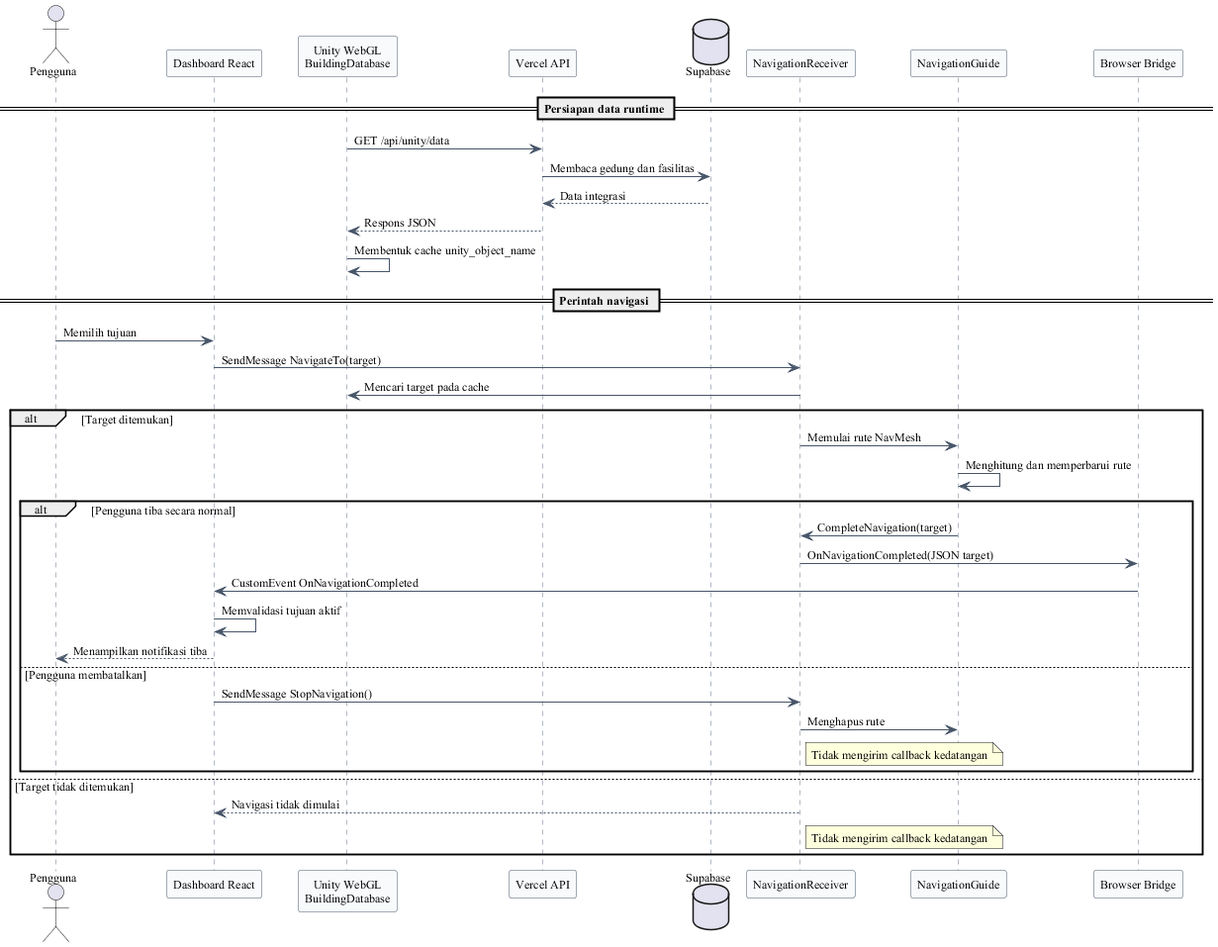
This is diagrams/gambar-2.16-sequence-sinkronisasi-data-unity.png from Jokskuyy/workflow-ta-proyek, a PlantUML export, as it was before one commit.
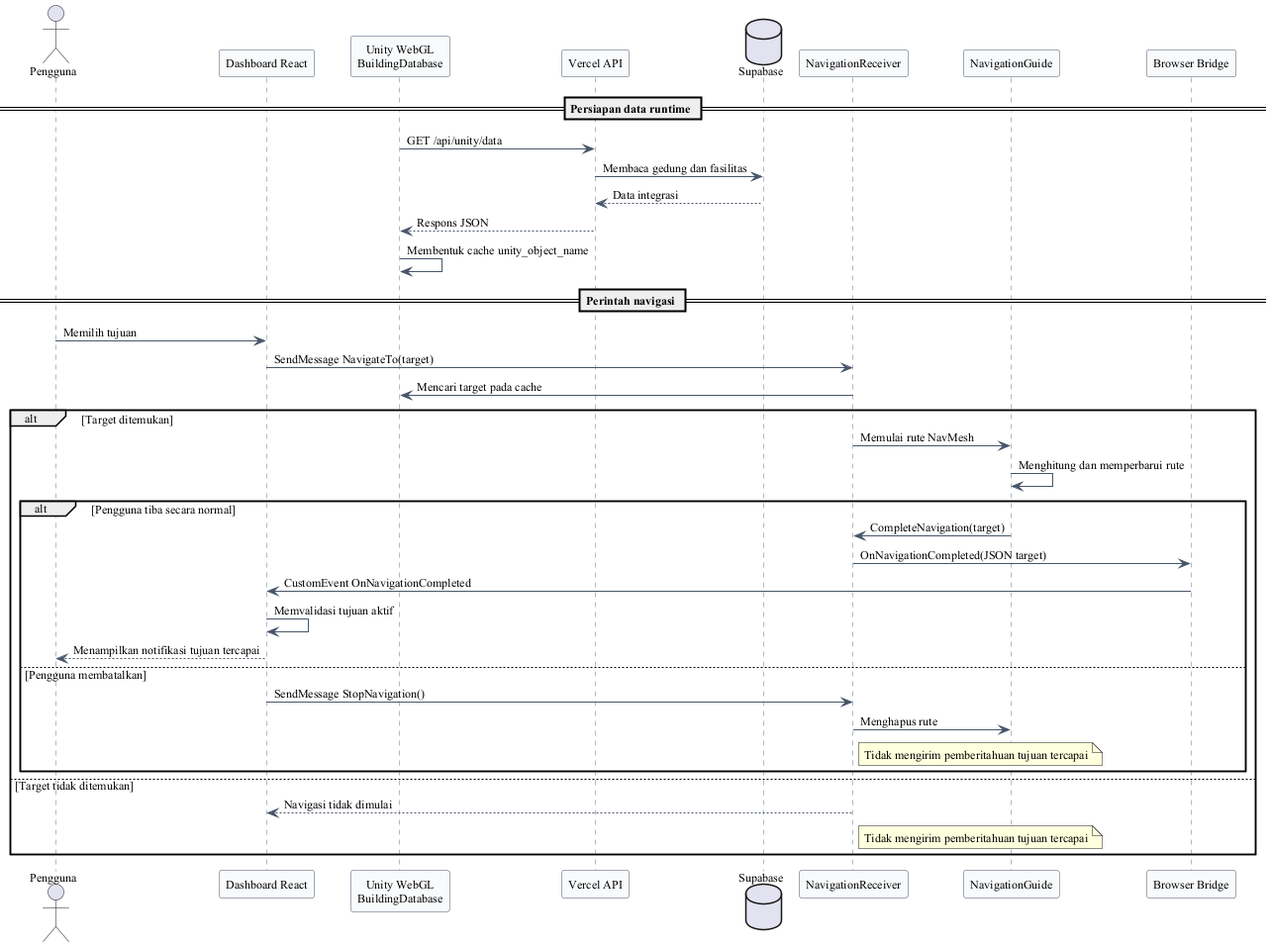
The same diagram one commit later.

What changed in the source:
```diff
@@ -46,18 +46,18 @@
     receiver -> bridge : OnNavigationCompleted(JSON target)
     bridge -> react : CustomEvent OnNavigationCompleted
     react -> react : Memvalidasi tujuan aktif
-    react --> user : Menampilkan notifikasi tiba
+    react --> user : Menampilkan notifikasi tujuan tercapai
   else Pengguna membatalkan
     react -> receiver : SendMessage StopNavigation()
     receiver -> guide : Menghapus rute
     note right of receiver
-    Tidak mengirim callback kedatangan
+    Tidak mengirim pemberitahuan tujuan tercapai
     end note
   end
 else Target tidak ditemukan
   receiver --> react : Navigasi tidak dimulai
   note right of receiver
-  Tidak mengirim callback kedatangan
+  Tidak mengirim pemberitahuan tujuan tercapai
   end note
 end
 @enduml
```
